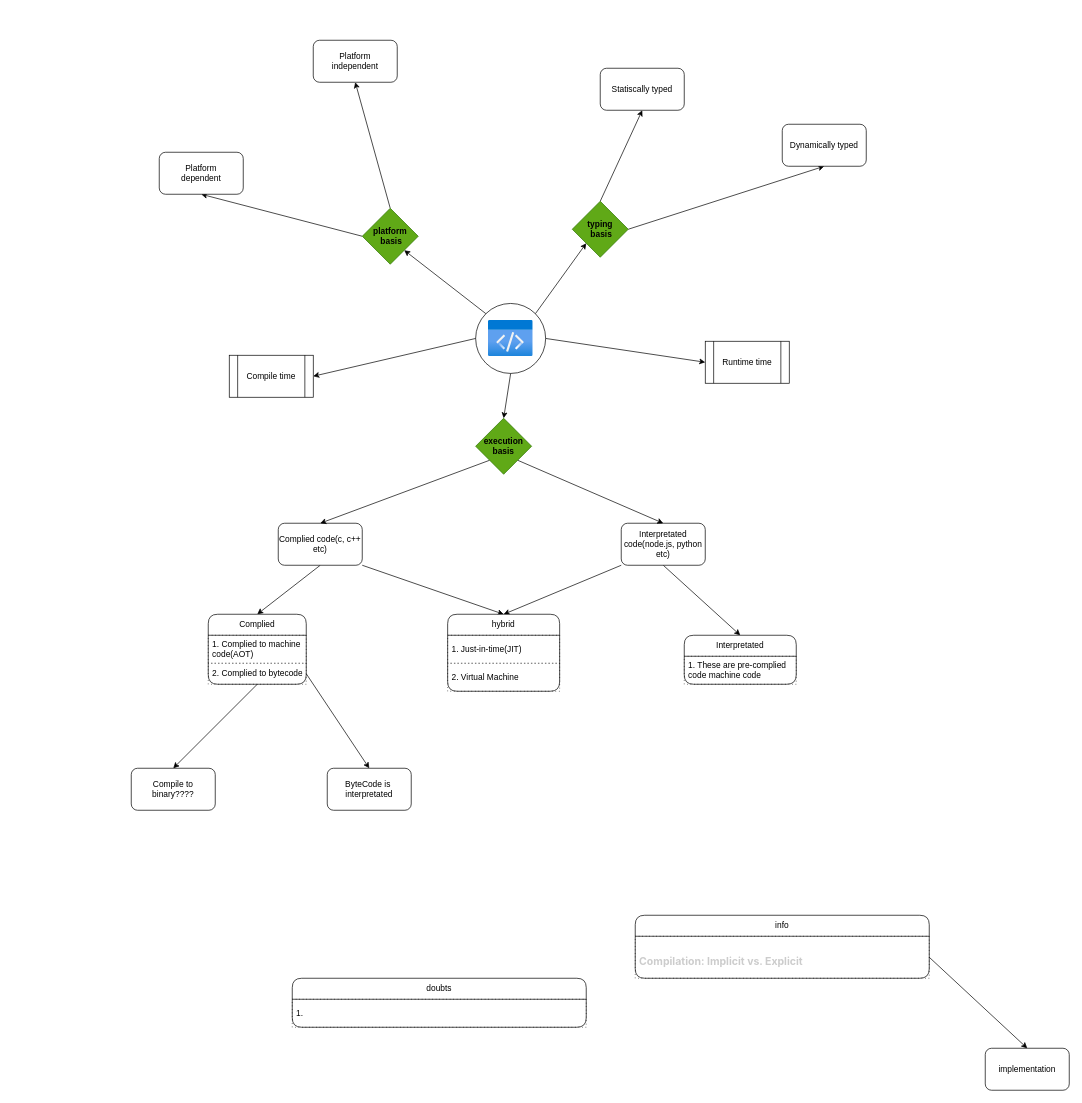
Earlier version of the draw.io diagram core/code-execution/code-execution.dio (knkrn5/Programming-Concepts). Source tidied: cells renumbered, new cells numbered last; positions are measured from the earlier drawing's top-left corner, leaving out a move shared by most shapes. Both pictures are drawn from the tidied source at 70%, with x=0, y=0 at pixel (131, 40).
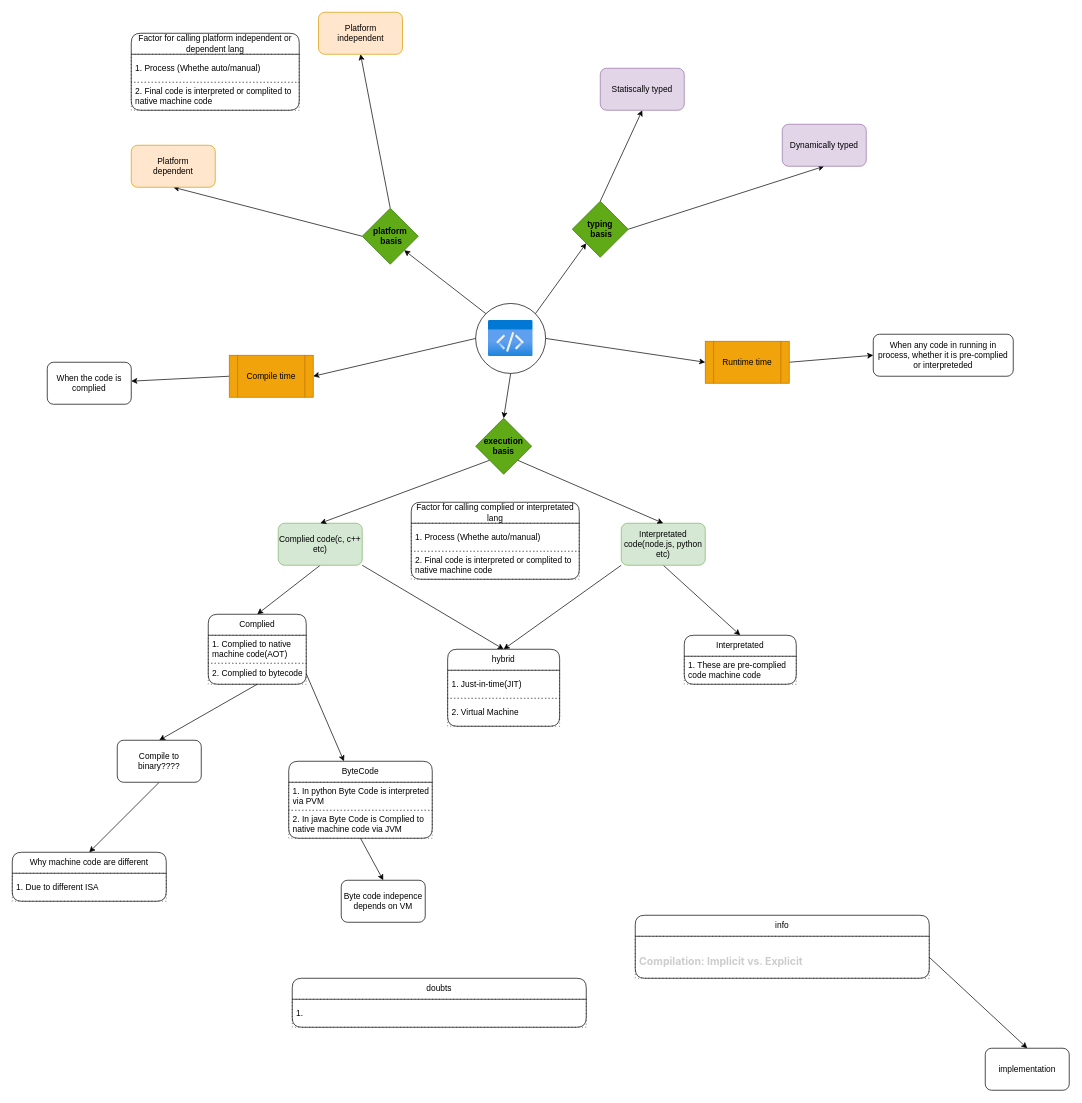
Above is the later version.

Unchanged cells that the change refers to:
```xml
<mxCell id="14" value="Complied" style="swimlane;fontStyle=0;horizontal=1;startSize=30;whiteSpace=wrap;html=1;rounded=1;" parent="1" vertex="1">
  <mxGeometry x="110" y="820" width="140" height="100" as="geometry" />
</mxCell>
<mxCell id="16" value="2. Complied to bytecode" style="text;strokeColor=default;fillColor=none;align=left;verticalAlign=middle;spacingLeft=4;spacingRight=4;overflow=hidden;points=[[0,0.5],[1,0.5]];portConstraint=eastwest;whiteSpace=wrap;html=1;dashed=1;dashPattern=1 4;" parent="14" vertex="1">
  <mxGeometry y="70" width="140" height="30" as="geometry" />
</mxCell>
```

The edit, as a diff of the source:
```diff
@@
-    <mxCell id="7" value="Complied code(c, c++ etc)" style="rounded=1;whiteSpace=wrap;html=1;" parent="1" vertex="1">
+    <mxCell id="7" value="Complied code(c, c++ etc)" style="rounded=1;whiteSpace=wrap;html=1;fillColor=#d5e8d4;strokeColor=#82b366;" parent="1" vertex="1">
       <mxGeometry x="210" y="690" width="120" height="60" as="geometry" />
     </mxCell>
@@
-    <mxCell id="10" value="Interpretated code(node.js, python etc)" style="rounded=1;whiteSpace=wrap;html=1;" parent="1" vertex="1">
+    <mxCell id="10" value="Interpretated code(node.js, python etc)" style="rounded=1;whiteSpace=wrap;html=1;fillColor=#d5e8d4;strokeColor=#82b366;" parent="1" vertex="1">
       <mxGeometry x="700" y="690" width="120" height="60" as="geometry" />
     </mxCell>
@@
-    <mxCell id="15" value="1. Complied to machine code(AOT)" style="text;strokeColor=default;fillColor=none;align=left;verticalAlign=middle;spacingLeft=4;spacingRight=4;overflow=hidden;whiteSpace=wrap;html=1;dashed=1;dashPattern=1 4;" parent="14" vertex="1">
+    <mxCell id="15" value="1. Complied to native machine code(AOT)" style="text;strokeColor=default;fillColor=none;align=left;verticalAlign=middle;spacingLeft=4;spacingRight=4;overflow=hidden;whiteSpace=wrap;html=1;dashed=1;dashPattern=1 4;" parent="14" vertex="1">
       <mxGeometry y="30" width="140" height="40" as="geometry" />
     </mxCell>
@@
     <mxCell id="19" value="hybrid" style="swimlane;fontStyle=0;horizontal=1;startSize=30;whiteSpace=wrap;html=1;rounded=1;" parent="1" vertex="1">
-      <mxGeometry x="452" y="820" width="160" height="110" as="geometry" />
+      <mxGeometry x="452" y="870" width="160" height="110" as="geometry" />
     </mxCell>
@@
+    <mxCell id="49" style="edgeStyle=none;html=1;exitX=0.5;exitY=1;exitDx=0;exitDy=0;entryX=0.5;entryY=0;entryDx=0;entryDy=0;" parent="1" edge="1" source="50" target="65">
+      <mxGeometry relative="1" as="geometry" />
+    </mxCell>
+    <mxCell id="50" value="ByteCode" style="swimlane;fontStyle=0;horizontal=1;startSize=30;whiteSpace=wrap;html=1;rounded=1;" parent="1" vertex="1">
+      <mxGeometry x="225" y="1030" width="205" height="110" as="geometry" />
+    </mxCell>
+    <mxCell id="51" value="1. In python Byte Code is interpreted via PVM" style="text;strokeColor=default;fillColor=none;align=left;verticalAlign=middle;spacingLeft=4;spacingRight=4;overflow=hidden;whiteSpace=wrap;html=1;dashed=1;dashPattern=1 4;" parent="50" vertex="1">
+      <mxGeometry y="30" width="205" height="40" as="geometry" />
+    </mxCell>
+    <mxCell id="52" value="2. In java Byte Code is Complied to native machine code via JVM" style="text;strokeColor=default;fillColor=none;align=left;verticalAlign=middle;spacingLeft=4;spacingRight=4;overflow=hidden;whiteSpace=wrap;html=1;dashed=1;dashPattern=1 4;" parent="50" vertex="1">
+      <mxGeometry y="70" width="205" height="40" as="geometry" />
+    </mxCell>
+    <mxCell id="53" value="Factor for calling complied or interpretated lang" style="swimlane;fontStyle=0;horizontal=1;startSize=30;whiteSpace=wrap;html=1;rounded=1;" parent="1" vertex="1">
+      <mxGeometry x="400" y="660" width="240" height="110" as="geometry" />
+    </mxCell>
+    <mxCell id="54" value="1. Process (Whethe auto/manual)" style="text;strokeColor=default;fillColor=none;align=left;verticalAlign=middle;spacingLeft=4;spacingRight=4;overflow=hidden;whiteSpace=wrap;html=1;dashed=1;dashPattern=1 4;" parent="53" vertex="1">
+      <mxGeometry y="30" width="240" height="40" as="geometry" />
+    </mxCell>
+    <mxCell id="55" value="2. Final code is interpreted or complited to native machine code" style="text;strokeColor=default;fillColor=none;align=left;verticalAlign=middle;spacingLeft=4;spacingRight=4;overflow=hidden;whiteSpace=wrap;html=1;dashed=1;dashPattern=1 4;" parent="53" vertex="1">
+      <mxGeometry y="70" width="240" height="40" as="geometry" />
+    </mxCell>
+    <mxCell id="56" value="Factor for calling platform independent or dependent lang" style="swimlane;fontStyle=0;horizontal=1;startSize=30;whiteSpace=wrap;html=1;rounded=1;" parent="1" vertex="1">
+      <mxGeometry y="-10" width="240" height="110" as="geometry" />
+    </mxCell>
+    <mxCell id="57" value="1. Process (Whethe auto/manual)" style="text;strokeColor=default;fillColor=none;align=left;verticalAlign=middle;spacingLeft=4;spacingRight=4;overflow=hidden;whiteSpace=wrap;html=1;dashed=1;dashPattern=1 4;" parent="56" vertex="1">
+      <mxGeometry y="30" width="240" height="40" as="geometry" />
+    </mxCell>
+    <mxCell id="58" value="2. Final code is interpreted or complited to native machine code" style="text;strokeColor=default;fillColor=none;align=left;verticalAlign=middle;spacingLeft=4;spacingRight=4;overflow=hidden;whiteSpace=wrap;html=1;dashed=1;dashPattern=1 4;" parent="56" vertex="1">
+      <mxGeometry y="70" width="240" height="40" as="geometry" />
+    </mxCell>
+    <mxCell id="59" value="Why machine code are different" style="swimlane;fontStyle=0;horizontal=1;startSize=30;whiteSpace=wrap;html=1;rounded=1;" parent="1" vertex="1">
+      <mxGeometry x="-170" y="1160" width="220" height="70" as="geometry" />
+    </mxCell>
+    <mxCell id="60" value="1. Due to different ISA" style="text;strokeColor=default;fillColor=none;align=left;verticalAlign=middle;spacingLeft=4;spacingRight=4;overflow=hidden;whiteSpace=wrap;html=1;dashed=1;dashPattern=1 4;" parent="59" vertex="1">
+      <mxGeometry y="30" width="220" height="40" as="geometry" />
+    </mxCell>
@@
-    <mxCell id="31" value="Statiscally typed" style="rounded=1;whiteSpace=wrap;html=1;" parent="1" vertex="1">
+    <mxCell id="31" value="Statiscally typed" style="rounded=1;whiteSpace=wrap;html=1;fillColor=#e1d5e7;strokeColor=#9673a6;" parent="1" vertex="1">
       <mxGeometry x="670" y="40" width="120" height="60" as="geometry" />
     </mxCell>
-    <mxCell id="32" value="Platform&lt;div&gt;independent&lt;/div&gt;" style="rounded=1;whiteSpace=wrap;html=1;" parent="1" vertex="1">
-      <mxGeometry x="260" width="120" height="60" as="geometry" />
+    <mxCell id="32" value="Platform&lt;div&gt;independent&lt;/div&gt;" style="rounded=1;whiteSpace=wrap;html=1;fillColor=#ffe6cc;strokeColor=#d79b00;" parent="1" vertex="1">
+      <mxGeometry x="267.5" y="-40" width="120" height="60" as="geometry" />
     </mxCell>
-    <mxCell id="33" value="Platform&lt;div&gt;dependent&lt;/div&gt;" style="rounded=1;whiteSpace=wrap;html=1;" parent="1" vertex="1">
-      <mxGeometry x="40" y="160" width="120" height="60" as="geometry" />
+    <mxCell id="33" value="Platform&lt;div&gt;dependent&lt;/div&gt;" style="rounded=1;whiteSpace=wrap;html=1;fillColor=#ffe6cc;strokeColor=#d79b00;" parent="1" vertex="1">
+      <mxGeometry y="150" width="120" height="60" as="geometry" />
     </mxCell>
-    <mxCell id="34" value="Dynamically typed" style="rounded=1;whiteSpace=wrap;html=1;" parent="1" vertex="1">
+    <mxCell id="34" value="Dynamically typed" style="rounded=1;whiteSpace=wrap;html=1;fillColor=#e1d5e7;strokeColor=#9673a6;" parent="1" vertex="1">
       <mxGeometry x="930" y="120" width="120" height="60" as="geometry" />
     </mxCell>
@@
+    <mxCell id="61" style="edgeStyle=none;html=1;exitX=0.5;exitY=1;exitDx=0;exitDy=0;entryX=0.5;entryY=0;entryDx=0;entryDy=0;" parent="1" edge="1" source="40" target="59">
+      <mxGeometry relative="1" as="geometry" />
+    </mxCell>
     <mxCell id="40" value="Compile to binary????" style="rounded=1;whiteSpace=wrap;html=1;" parent="1" vertex="1">
-      <mxGeometry y="1040" width="120" height="60" as="geometry" />
+      <mxGeometry x="-20" y="1000" width="120" height="60" as="geometry" />
     </mxCell>
@@
-    <mxCell id="43" value="ByteCode is&amp;nbsp;&lt;div&gt;interpretated&lt;/div&gt;" style="rounded=1;whiteSpace=wrap;html=1;" parent="1" vertex="1">
-      <mxGeometry x="280" y="1040" width="120" height="60" as="geometry" />
-    </mxCell>
-    <mxCell id="44" style="edgeStyle=none;html=1;exitX=1;exitY=0.5;exitDx=0;exitDy=0;entryX=0.5;entryY=0;entryDx=0;entryDy=0;" parent="1" edge="1" source="16" target="43">
-      <mxGeometry relative="1" as="geometry" />
-    </mxCell>
@@
+    <mxCell id="62" style="edgeStyle=none;html=1;exitX=0;exitY=0.5;exitDx=0;exitDy=0;" parent="1" edge="1" source="46" target="66">
+      <mxGeometry relative="1" as="geometry" />
+    </mxCell>
-    <mxCell id="46" value="Compile time" style="shape=process;whiteSpace=wrap;html=1;backgroundOutline=1;" parent="1" vertex="1">
+    <mxCell id="46" value="Compile time" style="shape=process;whiteSpace=wrap;html=1;backgroundOutline=1;fillColor=#f0a30a;fontColor=#000000;strokeColor=#BD7000;" parent="1" vertex="1">
       <mxGeometry x="140" y="450" width="120" height="60" as="geometry" />
     </mxCell>
+    <mxCell id="63" style="edgeStyle=none;html=1;exitX=1;exitY=0.5;exitDx=0;exitDy=0;entryX=0;entryY=0.5;entryDx=0;entryDy=0;" parent="1" edge="1" source="47" target="67">
+      <mxGeometry relative="1" as="geometry" />
+    </mxCell>
-    <mxCell id="47" value="Runtime time" style="shape=process;whiteSpace=wrap;html=1;backgroundOutline=1;" parent="1" vertex="1">
+    <mxCell id="47" value="Runtime time" style="shape=process;whiteSpace=wrap;html=1;backgroundOutline=1;fillColor=#f0a30a;fontColor=#000000;strokeColor=#BD7000;" parent="1" vertex="1">
       <mxGeometry x="820" y="430" width="120" height="60" as="geometry" />
     </mxCell>
@@
+    <mxCell id="64" style="edgeStyle=none;html=1;exitX=1;exitY=0.5;exitDx=0;exitDy=0;" parent="1" edge="1" source="16" target="50">
+      <mxGeometry relative="1" as="geometry" />
+    </mxCell>
+    <mxCell id="65" value="Byte code indepence depends on VM" style="rounded=1;whiteSpace=wrap;html=1;" parent="1" vertex="1">
+      <mxGeometry x="300" y="1200" width="120" height="60" as="geometry" />
+    </mxCell>
+    <mxCell id="66" value="When the code is complied" style="rounded=1;whiteSpace=wrap;html=1;" parent="1" vertex="1">
+      <mxGeometry x="-120" y="460" width="120" height="60" as="geometry" />
+    </mxCell>
+    <mxCell id="67" value="When any code in running in process, whether it is pre-complied or interpreteded" style="rounded=1;whiteSpace=wrap;html=1;" parent="1" vertex="1">
+      <mxGeometry x="1060" y="420" width="200" height="60" as="geometry" />
+    </mxCell>
```
